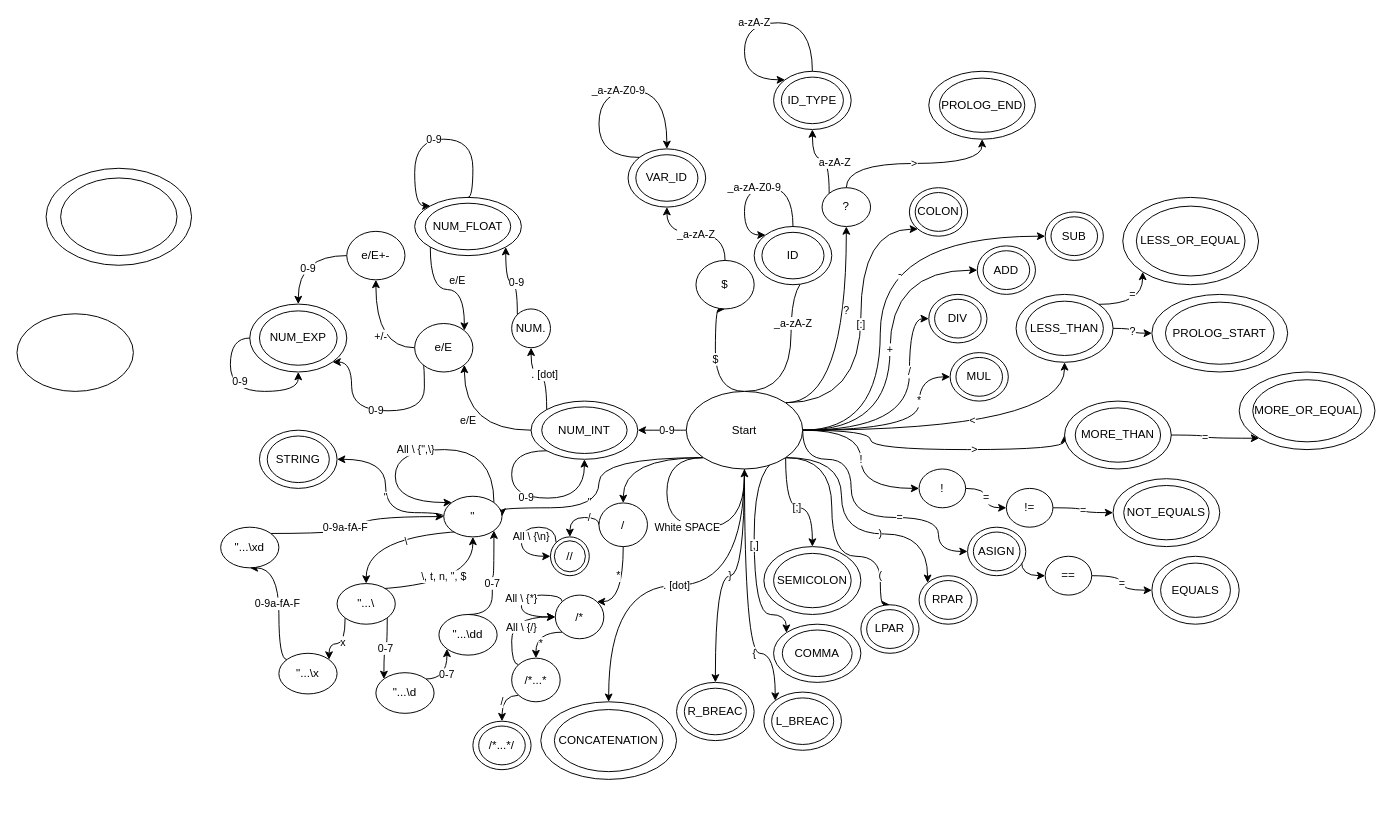
This is docs/IFJ-lex-analyza-automat.drawio from SamuelSlavik/ifj, a draw.io file, before an edit. Source tidied: cells renumbered, new cells numbered last; positions are measured from the earlier drawing's top-left corner, leaving out a move shared by most shapes. Both pictures are drawn from the tidied source at 97%, with x=0, y=0 at pixel (16, 22).
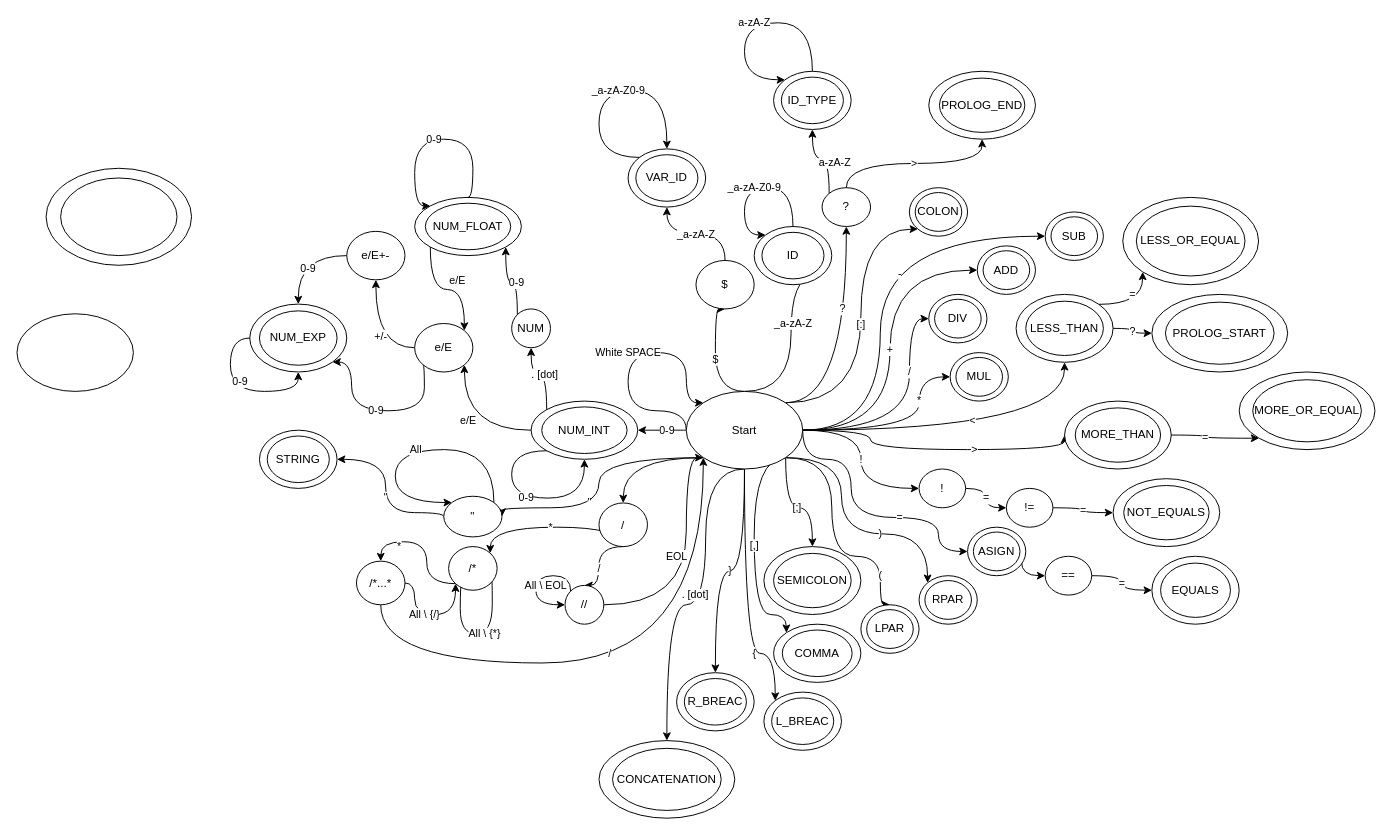
The same page after the edit.

Commit message (it also covers changes not shown here):
Another little adjustments in Lex-automat

Unchanged cells that the change refers to:
```xml
<mxCell id="16" style="edgeStyle=orthogonalEdgeStyle;curved=1;rounded=0;jettySize=auto;html=1;exitX=1;exitY=0;exitDx=0;exitDy=0;entryX=0.5;entryY=1;entryDx=0;entryDy=0;" parent="1" edge="1" source="29" target="95">
  <mxGeometry relative="1" as="geometry" />
</mxCell>
<mxCell id="29" value="Start" style="ellipse;whiteSpace=wrap;html=1;" parent="1" vertex="1">
  <mxGeometry x="690" y="380" width="120" height="80" as="geometry" />
</mxCell>
<mxCell id="35" value="&quot;" style="ellipse;whiteSpace=wrap;html=1;" parent="1" vertex="1">
  <mxGeometry x="440" y="488.1" width="60" height="41.9" as="geometry" />
</mxCell>
<mxCell id="146" value="/" style="ellipse;whiteSpace=wrap;html=1;" parent="1" vertex="1">
  <mxGeometry x="600" y="495" width="50" height="45" as="geometry" />
</mxCell>
<mxCell id="178" style="ellipse;whiteSpace=wrap;html=1;" parent="177" vertex="1">
  <mxGeometry width="140" height="80" as="geometry" />
</mxCell>
```

Diff of the diagram source:
```diff
@@
     <mxCell id="17" value="?" style="edgeLabel;html=1;align=center;verticalAlign=middle;" parent="16" vertex="1">
-      <mxGeometry x="0.29" y="1" relative="1" as="geometry" />
+      <mxGeometry x="0.29" y="1" relative="1" as="geometry">
+        <mxPoint x="-4" y="-2" as="offset" />
+      </mxGeometry>
     </mxCell>
@@
-    <mxCell id="27" value="White SPACE" style="edgeStyle=orthogonalEdgeStyle;curved=1;rounded=0;jettySize=auto;html=1;exitX=0;exitY=1;exitDx=0;exitDy=0;" parent="1" edge="1" source="29">
+    <mxCell id="27" value="White SPACE" style="edgeStyle=orthogonalEdgeStyle;curved=1;rounded=0;orthogonalLoop=1;jettySize=auto;html=1;exitX=0;exitY=0.5;exitDx=0;exitDy=0;entryX=0;entryY=0;entryDx=0;entryDy=0;" parent="1" edge="1" source="29" target="29">
       <mxGeometry x="0.04" relative="1" as="geometry">
-        <mxPoint x="750" y="460" as="targetPoint" />
         <Array as="points">
-          <mxPoint x="670" y="448" />
-          <mxPoint x="670" y="520" />
-          <mxPoint x="750" y="520" />
+          <mxPoint x="690" y="400" />
+          <mxPoint x="630" y="400" />
+          <mxPoint x="630" y="340" />
+          <mxPoint x="690" y="340" />
+          <mxPoint x="690" y="392" />
         </Array>
       </mxGeometry>
     </mxCell>
     <mxCell id="28" value=". [dot]" style="edgeStyle=orthogonalEdgeStyle;curved=1;rounded=0;jettySize=auto;html=1;exitX=0.5;exitY=1;exitDx=0;exitDy=0;entryX=0.5;entryY=0;entryDx=0;entryDy=0;" parent="1" edge="1" source="29" target="178">
-      <mxGeometry relative="1" as="geometry" />
+      <mxGeometry x="0.06" y="-10" relative="1" as="geometry">
+        <Array as="points">
+          <mxPoint x="710" y="460" />
+          <mxPoint x="710" y="600" />
+          <mxPoint x="670" y="600" />
+        </Array>
+      </mxGeometry>
     </mxCell>
@@
-    <mxCell id="33" style="edgeStyle=orthogonalEdgeStyle;curved=1;rounded=0;jettySize=auto;html=1;exitX=1;exitY=1;exitDx=0;exitDy=0;entryX=0.5;entryY=0;entryDx=0;entryDy=0;" parent="1" edge="1" source="35" target="135">
-      <mxGeometry relative="1" as="geometry" />
-    </mxCell>
-    <mxCell id="34" value="\" style="edgeLabel;html=1;align=center;verticalAlign=middle;" parent="33" vertex="1">
-      <mxGeometry x="-0.12" y="-7" relative="1" as="geometry">
-        <mxPoint x="-9" y="18" as="offset" />
-      </mxGeometry>
-    </mxCell>
@@
-    <mxCell id="38" value="NUM." style="ellipse;whiteSpace=wrap;html=1;" parent="1" vertex="1">
+    <mxCell id="38" value="NUM" style="ellipse;whiteSpace=wrap;html=1;" parent="1" vertex="1">
       <mxGeometry x="510" y="295" width="40" height="40" as="geometry" />
     </mxCell>
@@
-    <mxCell id="131" value="All \ {&quot;,\}" style="edgeStyle=orthogonalEdgeStyle;curved=1;rounded=0;orthogonalLoop=1;jettySize=auto;html=1;exitX=1;exitY=0;exitDx=0;exitDy=0;entryX=0;entryY=0;entryDx=0;entryDy=0;" parent="1" edge="1" source="35" target="35">
+    <mxCell id="131" value="All" style="edgeStyle=orthogonalEdgeStyle;curved=1;rounded=0;orthogonalLoop=1;jettySize=auto;html=1;exitX=1;exitY=0;exitDx=0;exitDy=0;entryX=0;entryY=0;entryDx=0;entryDy=0;" parent="1" edge="1" source="35" target="35">
       <mxGeometry relative="1" as="geometry">
         <Array as="points">
           <mxPoint x="491" y="440" />
           <mxPoint x="390" y="440" />
           <mxPoint x="390" y="494" />
           <mxPoint x="449" y="494" />
         </Array>
       </mxGeometry>
     </mxCell>
-    <mxCell id="132" value="\, t, n, &quot;, $" style="edgeStyle=orthogonalEdgeStyle;curved=1;rounded=0;jettySize=auto;html=1;exitX=0;exitY=0;exitDx=0;exitDy=0;entryX=0.5;entryY=1;entryDx=0;entryDy=0;" parent="1" edge="1" source="135" target="35">
-      <mxGeometry x="0.09" y="14" relative="1" as="geometry" />
-    </mxCell>
-    <mxCell id="133" value="x" style="edgeStyle=orthogonalEdgeStyle;curved=1;rounded=0;jettySize=auto;html=1;exitX=0;exitY=1;exitDx=0;exitDy=0;entryX=1;entryY=0;entryDx=0;entryDy=0;" parent="1" edge="1" source="135" target="137">
-      <mxGeometry x="-0.01" y="-1" relative="1" as="geometry" />
-    </mxCell>
-    <mxCell id="134" value="0-7" style="edgeStyle=orthogonalEdgeStyle;curved=1;rounded=0;jettySize=auto;html=1;exitX=1;exitY=1;exitDx=0;exitDy=0;entryX=0;entryY=0;entryDx=0;entryDy=0;" parent="1" edge="1" source="135" target="139">
-      <mxGeometry relative="1" as="geometry" />
-    </mxCell>
-    <mxCell id="135" value="&quot;...\" style="ellipse;whiteSpace=wrap;html=1;" parent="1" vertex="1">
-      <mxGeometry x="330" y="578.1" width="60" height="41.9" as="geometry" />
-    </mxCell>
-    <mxCell id="136" value="0-9a-fA-F&amp;nbsp;" style="edgeStyle=orthogonalEdgeStyle;curved=1;rounded=0;jettySize=auto;html=1;exitX=0;exitY=0;exitDx=0;exitDy=0;entryX=0.5;entryY=1;entryDx=0;entryDy=0;" parent="1" edge="1" source="137" target="141">
-      <mxGeometry relative="1" as="geometry">
-        <Array as="points">
-          <mxPoint x="270" y="656" />
-        </Array>
-      </mxGeometry>
-    </mxCell>
-    <mxCell id="137" value="&quot;...\x" style="ellipse;whiteSpace=wrap;html=1;" parent="1" vertex="1">
-      <mxGeometry x="270" y="650" width="60" height="41.9" as="geometry" />
-    </mxCell>
-    <mxCell id="138" value="0-7" style="edgeStyle=orthogonalEdgeStyle;curved=1;rounded=0;jettySize=auto;html=1;exitX=1;exitY=0;exitDx=0;exitDy=0;entryX=0;entryY=1;entryDx=0;entryDy=0;" parent="1" edge="1" source="139" target="143">
-      <mxGeometry relative="1" as="geometry" />
-    </mxCell>
-    <mxCell id="139" value="&quot;...\d" style="ellipse;whiteSpace=wrap;html=1;" parent="1" vertex="1">
-      <mxGeometry x="370" y="670" width="60" height="41.9" as="geometry" />
-    </mxCell>
-    <mxCell id="140" value="&lt;span style=&quot;color: rgb(0, 0, 0); font-family: Helvetica; font-size: 11px; font-style: normal; font-variant-ligatures: normal; font-variant-caps: normal; font-weight: 400; letter-spacing: normal; orphans: 2; text-align: center; text-indent: 0px; text-transform: none; widows: 2; word-spacing: 0px; -webkit-text-stroke-width: 0px; background-color: rgb(255, 255, 255); text-decoration-thickness: initial; text-decoration-style: initial; text-decoration-color: initial; float: none; display: inline !important;&quot;&gt;0-9a-fA-F&amp;nbsp;&lt;/span&gt;" style="edgeStyle=orthogonalEdgeStyle;curved=1;rounded=0;jettySize=auto;html=1;exitX=1;exitY=0;exitDx=0;exitDy=0;entryX=0;entryY=0.5;entryDx=0;entryDy=0;" parent="1" edge="1" source="141" target="35">
-      <mxGeometry x="0.02" y="15" relative="1" as="geometry" />
-    </mxCell>
-    <mxCell id="141" value="&quot;...\xd" style="ellipse;whiteSpace=wrap;html=1;" parent="1" vertex="1">
-      <mxGeometry x="210" y="520" width="60" height="41.9" as="geometry" />
-    </mxCell>
-    <mxCell id="142" value="0-7" style="edgeStyle=orthogonalEdgeStyle;curved=1;rounded=0;jettySize=auto;html=1;exitX=0.5;exitY=0;exitDx=0;exitDy=0;entryX=1;entryY=1;entryDx=0;entryDy=0;" parent="1" edge="1" source="143" target="35">
-      <mxGeometry relative="1" as="geometry">
-        <Array as="points">
-          <mxPoint x="490" y="610" />
-          <mxPoint x="490" y="570" />
-          <mxPoint x="491" y="570" />
-        </Array>
-      </mxGeometry>
-    </mxCell>
-    <mxCell id="143" value="&quot;...\dd" style="ellipse;whiteSpace=wrap;html=1;" parent="1" vertex="1">
-      <mxGeometry x="435" y="610" width="60" height="41.9" as="geometry" />
-    </mxCell>
-    <mxCell id="144" value="/" style="edgeStyle=orthogonalEdgeStyle;curved=1;rounded=0;jettySize=auto;html=1;exitX=0;exitY=0.5;exitDx=0;exitDy=0;entryX=0.5;entryY=0;entryDx=0;entryDy=0;" parent="1" edge="1" source="146" target="151">
-      <mxGeometry x="-0.37" relative="1" as="geometry">
+    <mxCell id="144" value="/" style="edgeStyle=orthogonalEdgeStyle;curved=1;rounded=0;jettySize=auto;html=1;exitX=0.5;exitY=1;exitDx=0;exitDy=0;entryX=0.5;entryY=0;entryDx=0;entryDy=0;" parent="1" edge="1" source="146" target="151">
+      <mxGeometry x="0.2" relative="1" as="geometry">
         <Array as="points">
-          <mxPoint x="600" y="510" />
-          <mxPoint x="570" y="510" />
+          <mxPoint x="600" y="540" />
         </Array>
       </mxGeometry>
     </mxCell>
     <mxCell id="145" value="*" style="edgeStyle=orthogonalEdgeStyle;curved=1;rounded=0;jettySize=auto;html=1;exitX=0.5;exitY=1;exitDx=0;exitDy=0;entryX=1;entryY=0;entryDx=0;entryDy=0;" parent="1" edge="1" source="146" target="149">
-      <mxGeometry x="-0.28" y="-5" relative="1" as="geometry">
+      <mxGeometry x="0.03" relative="1" as="geometry">
         <Array as="points">
-          <mxPoint x="625" y="597" />
+          <mxPoint x="625" y="520" />
+          <mxPoint x="488" y="520" />
         </Array>
       </mxGeometry>
     </mxCell>
@@
-    <mxCell id="147" value="All \ {*}" style="edgeStyle=orthogonalEdgeStyle;curved=1;rounded=0;orthogonalLoop=1;jettySize=auto;html=1;exitX=0;exitY=0;exitDx=0;exitDy=0;entryX=0;entryY=0.5;entryDx=0;entryDy=0;" parent="1" edge="1" source="149" target="149">
+    <mxCell id="147" value="All \ {*}" style="edgeStyle=orthogonalEdgeStyle;curved=1;rounded=0;orthogonalLoop=1;jettySize=auto;html=1;exitX=1;exitY=1;exitDx=0;exitDy=0;entryX=0;entryY=1;entryDx=0;entryDy=0;" parent="1" edge="1" source="149" target="149">
       <mxGeometry relative="1" as="geometry">
         <Array as="points">
-          <mxPoint x="562" y="590" />
-          <mxPoint x="520" y="590" />
-          <mxPoint x="520" y="613" />
+          <mxPoint x="490" y="568" />
+          <mxPoint x="490" y="630" />
+          <mxPoint x="457" y="630" />
         </Array>
       </mxGeometry>
     </mxCell>
@@
     <mxCell id="149" value="/*" style="ellipse;whiteSpace=wrap;html=1;" parent="1" vertex="1">
-      <mxGeometry x="555" y="590" width="50" height="45" as="geometry" />
+      <mxGeometry x="445" y="540" width="50" height="45" as="geometry" />
     </mxCell>
     <mxCell id="150" style="group;" parent="1" vertex="1">
-      <mxGeometry x="550" y="530" width="40" height="40" as="geometry" />
+      <mxGeometry x="565" y="580" width="40" height="40" as="geometry" />
     </mxCell>
-    <mxCell id="151" style="ellipse;whiteSpace=wrap;html=1;" parent="150" vertex="1">
+    <mxCell id="151" value="//" style="ellipse;whiteSpace=wrap;html=1;" parent="150" vertex="1">
       <mxGeometry width="40" height="40" as="geometry" />
     </mxCell>
-    <mxCell id="152" value="//" style="ellipse;whiteSpace=wrap;html=1;" parent="150" vertex="1">
-      <mxGeometry x="4" y="4" width="32" height="32" as="geometry" />
-    </mxCell>
-    <mxCell id="153" value="All \ {\n}" style="edgeStyle=orthogonalEdgeStyle;curved=1;rounded=0;orthogonalLoop=1;jettySize=auto;html=1;exitX=0;exitY=0;exitDx=0;exitDy=0;entryX=0;entryY=0.5;entryDx=0;entryDy=0;" parent="150" edge="1" source="151" target="151">
+    <mxCell id="153" value="All \ EOL" style="edgeStyle=orthogonalEdgeStyle;curved=1;rounded=0;orthogonalLoop=1;jettySize=auto;html=1;exitX=0;exitY=0;exitDx=0;exitDy=0;entryX=0;entryY=0.5;entryDx=0;entryDy=0;" parent="150" edge="1" source="151" target="151">
       <mxGeometry x="0.11" y="10" relative="1" as="geometry">
         <Array as="points">
           <mxPoint x="6" y="-10" />
           <mxPoint x="-30" y="-10" />
           <mxPoint x="-30" y="20" />
         </Array>
       </mxGeometry>
     </mxCell>
-    <mxCell id="154" value="All \ {/}" style="edgeStyle=orthogonalEdgeStyle;curved=1;rounded=0;jettySize=auto;html=1;exitX=0;exitY=0;exitDx=0;exitDy=0;entryX=0;entryY=0.5;entryDx=0;entryDy=0;" parent="1" edge="1" source="156" target="149">
-      <mxGeometry x="-0.1" y="-10" relative="1" as="geometry">
+    <mxCell id="154" value="All \ {/}" style="edgeStyle=orthogonalEdgeStyle;curved=1;rounded=0;jettySize=auto;html=1;exitX=1;exitY=0.5;exitDx=0;exitDy=0;entryX=0;entryY=1;entryDx=0;entryDy=0;" parent="1" edge="1" source="156" target="149">
+      <mxGeometry x="-0.1" relative="1" as="geometry">
         <Array as="points">
-          <mxPoint x="510" y="662" />
-          <mxPoint x="510" y="613" />
+          <mxPoint x="410" y="578" />
+          <mxPoint x="410" y="610" />
+          <mxPoint x="452" y="610" />
         </Array>
       </mxGeometry>
     </mxCell>
-    <mxCell id="155" value="/" style="edgeStyle=orthogonalEdgeStyle;curved=1;rounded=0;jettySize=auto;html=1;exitX=0;exitY=1;exitDx=0;exitDy=0;entryX=0.5;entryY=0;entryDx=0;entryDy=0;" parent="1" edge="1" source="156" target="158">
-      <mxGeometry x="0.09" relative="1" as="geometry" />
+    <mxCell id="155" value="/" style="edgeStyle=orthogonalEdgeStyle;curved=1;rounded=0;jettySize=auto;html=1;exitX=0.5;exitY=1;exitDx=0;exitDy=0;entryX=0;entryY=1;entryDx=0;entryDy=0;" parent="1" edge="1" source="156" target="29">
+      <mxGeometry x="-0.02" y="10" relative="1" as="geometry">
+        <Array as="points">
+          <mxPoint x="375" y="660" />
+          <mxPoint x="708" y="660" />
+        </Array>
+      </mxGeometry>
     </mxCell>
     <mxCell id="156" value="/*...*" style="ellipse;whiteSpace=wrap;html=1;" parent="1" vertex="1">
-      <mxGeometry x="510" y="655" width="50" height="45" as="geometry" />
+      <mxGeometry x="350" y="555" width="50" height="45" as="geometry" />
     </mxCell>
-    <mxCell id="157" style="group;" parent="1" vertex="1">
-      <mxGeometry x="470" y="720" width="60" height="50" as="geometry" />
-    </mxCell>
-    <mxCell id="158" style="ellipse;whiteSpace=wrap;html=1;" parent="157" vertex="1">
-      <mxGeometry width="60" height="50" as="geometry" />
-    </mxCell>
-    <mxCell id="159" value="/*...*/" style="ellipse;whiteSpace=wrap;html=1;" parent="157" vertex="1">
-      <mxGeometry x="6" y="5" width="48" height="40" as="geometry" />
-    </mxCell>
@@
     <mxCell id="167" style="group;" parent="1" vertex="1">
-      <mxGeometry x="680" y="680" width="80" height="60" as="geometry" />
+      <mxGeometry x="680" y="670" width="80" height="60" as="geometry" />
     </mxCell>
@@
     <mxCell id="177" style="group;" parent="1" vertex="1">
-      <mxGeometry x="540" y="700" width="140" height="80" as="geometry" />
+      <mxGeometry x="600" y="740" width="140" height="80" as="geometry" />
     </mxCell>
@@
+    <mxCell id="180" value="EOL" style="edgeStyle=orthogonalEdgeStyle;curved=1;rounded=0;jettySize=auto;html=1;exitX=1;exitY=0.5;exitDx=0;exitDy=0;entryX=0;entryY=1;entryDx=0;entryDy=0;" parent="1" edge="1" source="151" target="29">
+      <mxGeometry x="0.06" y="10" relative="1" as="geometry">
+        <Array as="points">
+          <mxPoint x="690" y="600" />
+          <mxPoint x="690" y="448" />
+        </Array>
+      </mxGeometry>
+    </mxCell>
```
